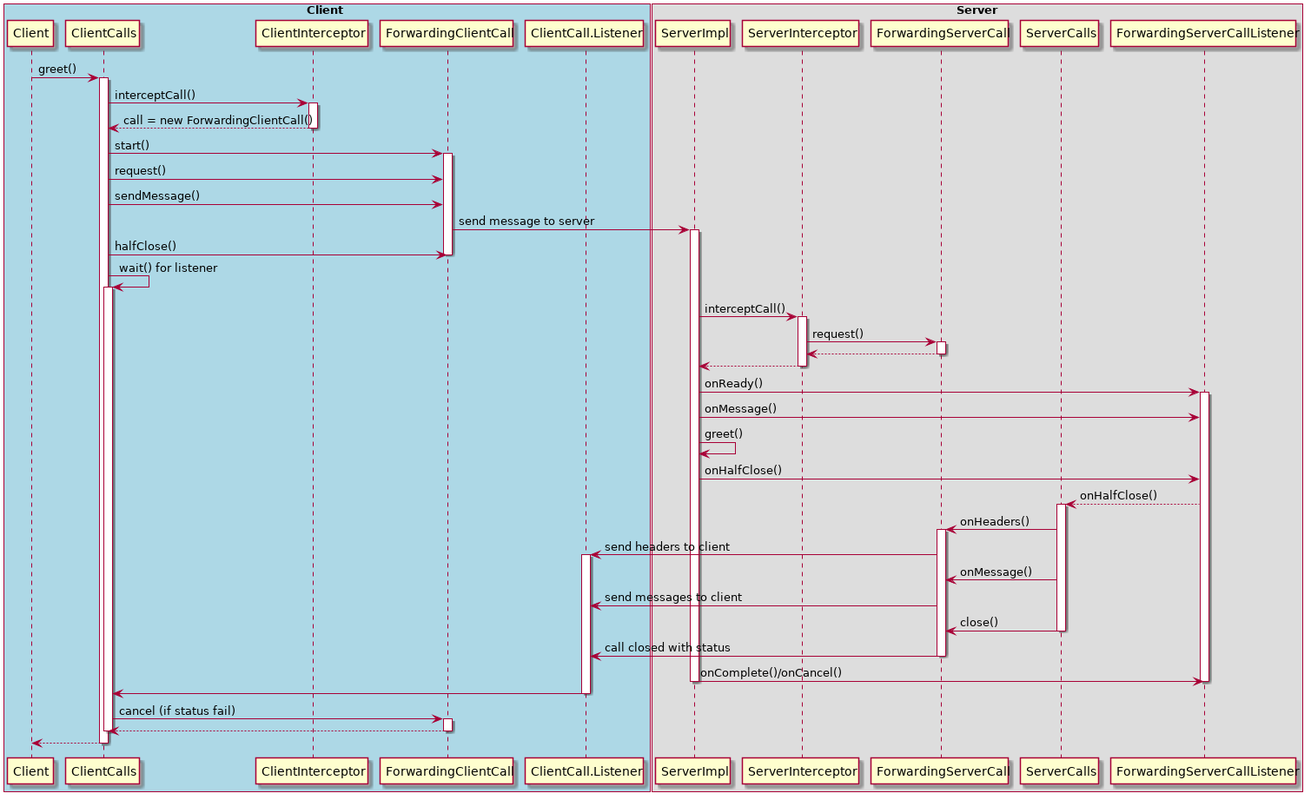
This is assets/images/interceptor.png from huypva/grpc-example, a PlantUML export, as it was before one commit.
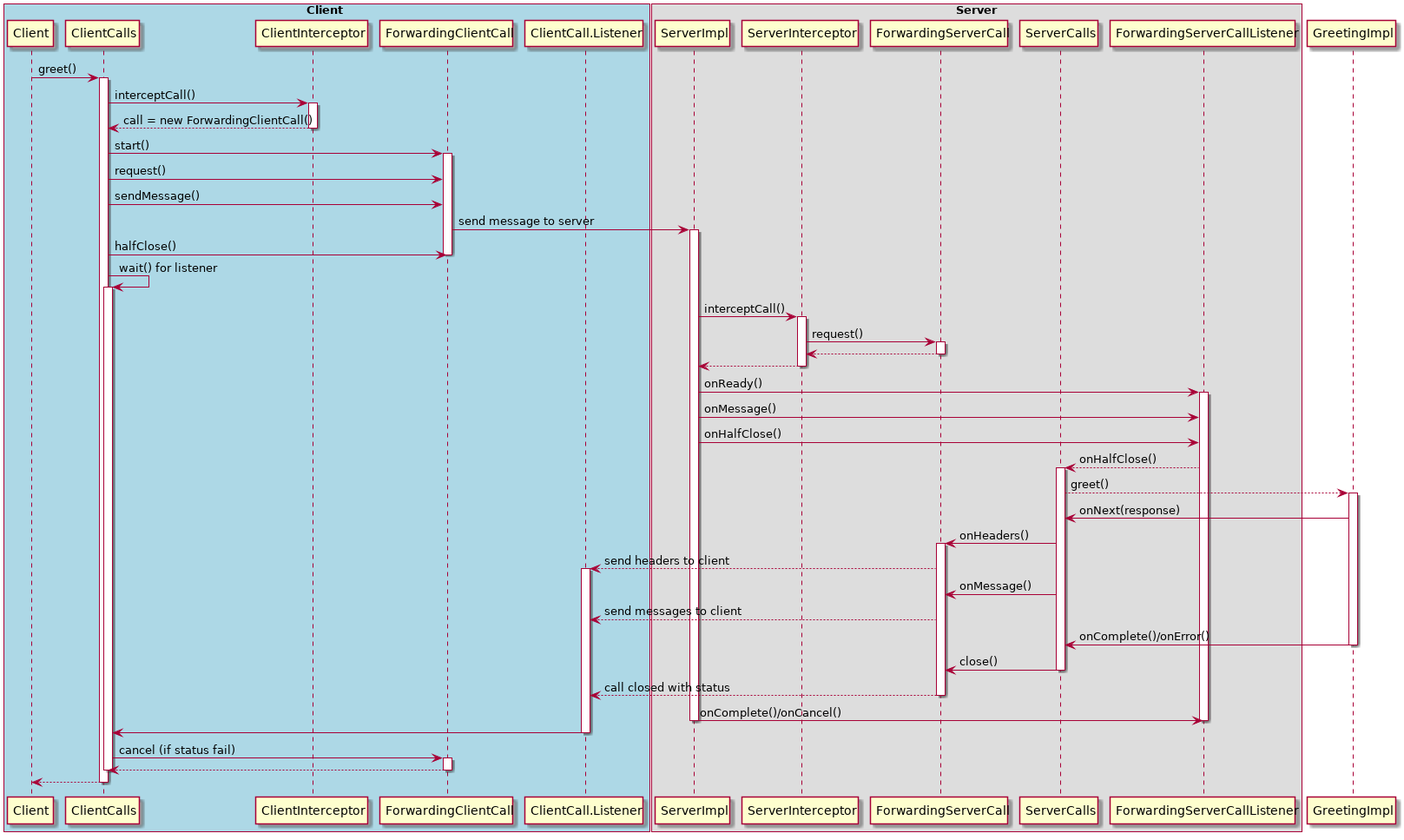
Later version of the same file.

Commit message:
Upd flow

Change to the diagram source:
```diff
@@ -36,19 +36,23 @@
 ServerImpl -> ForwardingServerCallListener: onReady()
 activate ForwardingServerCallListener
 ServerImpl -> ForwardingServerCallListener: onMessage()
-ServerImpl -> ServerImpl: greet()
 ServerImpl -> ForwardingServerCallListener: onHalfClose()
 ForwardingServerCallListener --> ServerCalls: onHalfClose()
 activate ServerCalls
+ServerCalls --> GreetingImpl: greet()
+activate GreetingImpl
+GreetingImpl -> ServerCalls: onNext(response)
 ServerCalls -> ForwardingServerCall: onHeaders()
 activate ForwardingServerCall
-ForwardingServerCall -> ClientListener: send headers to client
+ForwardingServerCall --> ClientListener: send headers to client
 activate ClientListener
 ServerCalls -> ForwardingServerCall: onMessage()
-ForwardingServerCall -> ClientListener: send messages to client
+ForwardingServerCall --> ClientListener: send messages to client
+GreetingImpl -> ServerCalls: onComplete()/onError()
+deactivate GreetingImpl
 ServerCalls -> ForwardingServerCall: close()
 deactivate ServerCalls
-ForwardingServerCall -> ClientListener: call closed with status
+ForwardingServerCall --> ClientListener: call closed with status
 deactivate ForwardingServerCall
 deactivate ForwardingClientCall
 ServerImpl -> ForwardingServerCallListener: onComplete()/onCancel()
```
